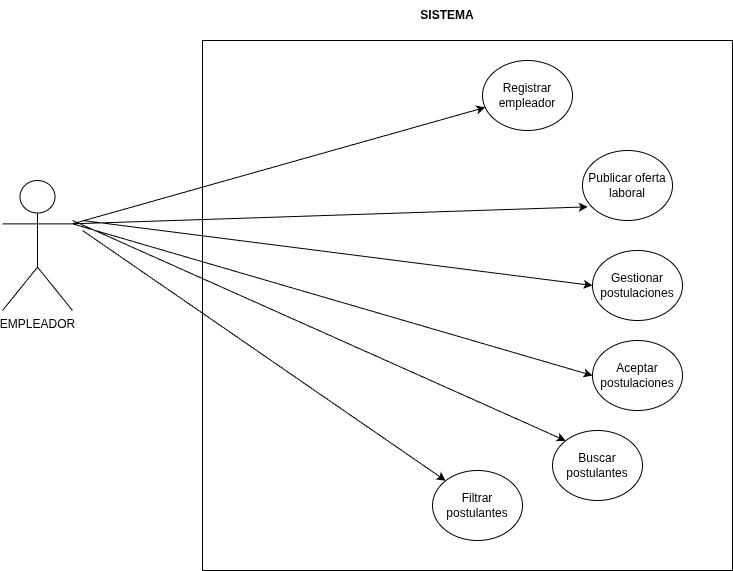
The draw.io diagram docs/diagramas_casos_de_uso/DCU-Empleador.png in Nicolas-Menin/LaburAR, before a commit. Source tidied: cells renumbered, new cells last; positions are measured from the earlier drawing's top-left corner, leaving out a move shared by most shapes.
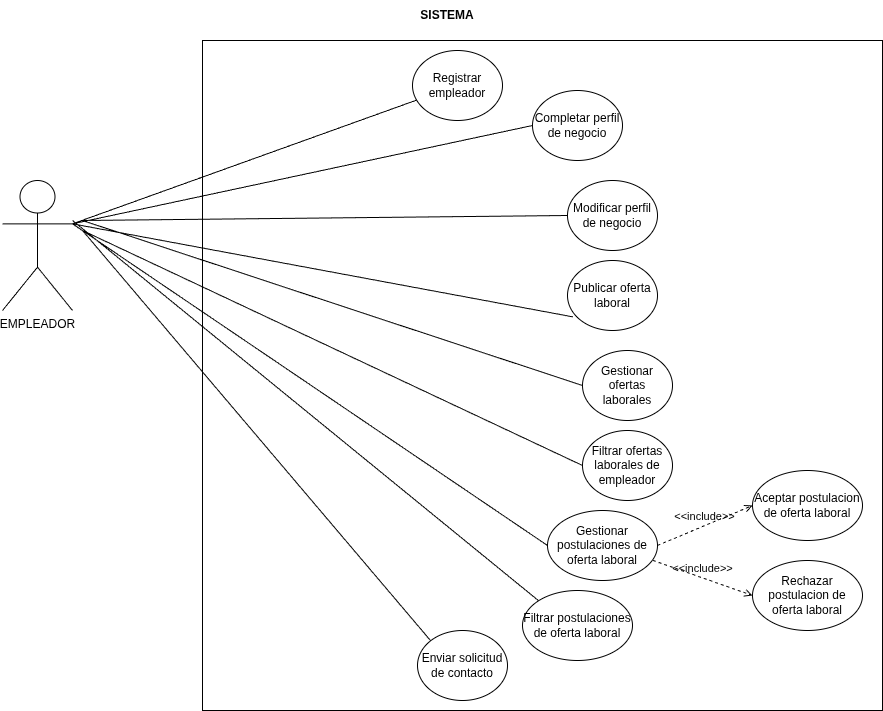
Above is the later version.

Diff of the diagram source:
```diff
@@ -6,52 +6,86 @@
       <mxGeometry y="180" width="70" height="130" as="geometry" />
     </mxCell>
     <mxCell id="3" style="whiteSpace=wrap;html=1;" parent="1" vertex="1">
-      <mxGeometry x="200" y="40" width="530" height="530" as="geometry" />
+      <mxGeometry x="200" y="40" width="680" height="670" as="geometry" />
     </mxCell>
     <mxCell id="4" value="&lt;b&gt;SISTEMA&lt;/b&gt;" style="text;html=1;whiteSpace=wrap;strokeColor=none;fillColor=none;align=center;verticalAlign=middle;rounded=0;" parent="1" vertex="1">
       <mxGeometry x="415" width="60" height="30" as="geometry" />
     </mxCell>
     <mxCell id="5" value="Registrar empleador" style="ellipse;whiteSpace=wrap;html=1;" parent="1" vertex="1">
-      <mxGeometry x="480" y="60" width="90" height="70" as="geometry" />
+      <mxGeometry x="410" y="50" width="90" height="70" as="geometry" />
     </mxCell>
     <mxCell id="6" value="Publicar oferta laboral" style="ellipse;whiteSpace=wrap;html=1;" parent="1" vertex="1">
-      <mxGeometry x="580" y="150" width="90" height="70" as="geometry" />
+      <mxGeometry x="565" y="260" width="90" height="70" as="geometry" />
     </mxCell>
-    <mxCell id="7" value="Gestionar postulaciones" style="ellipse;whiteSpace=wrap;html=1;" parent="1" vertex="1">
-      <mxGeometry x="590" y="250" width="90" height="70" as="geometry" />
+    <mxCell id="7" value="Gestionar ofertas laborales" style="ellipse;whiteSpace=wrap;html=1;" parent="1" vertex="1">
+      <mxGeometry x="580" y="350" width="90" height="70" as="geometry" />
     </mxCell>
-    <mxCell id="8" value="Aceptar postulaciones" style="ellipse;whiteSpace=wrap;html=1;" parent="1" vertex="1">
-      <mxGeometry x="590" y="340" width="90" height="70" as="geometry" />
+    <mxCell id="8" value="Gestionar postulaciones de oferta laboral" style="ellipse;whiteSpace=wrap;html=1;" parent="1" vertex="1">
+      <mxGeometry x="545" y="510" width="110" height="70" as="geometry" />
     </mxCell>
-    <mxCell id="9" value="Buscar postulantes" style="ellipse;whiteSpace=wrap;html=1;" parent="1" vertex="1">
-      <mxGeometry x="550" y="430" width="90" height="70" as="geometry" />
+    <mxCell id="9" value="Filtrar postulaciones de oferta laboral" style="ellipse;whiteSpace=wrap;html=1;" parent="1" vertex="1">
+      <mxGeometry x="520" y="590" width="110" height="70" as="geometry" />
     </mxCell>
-    <mxCell id="10" value="Filtrar postulantes" style="ellipse;whiteSpace=wrap;html=1;" parent="1" vertex="1">
-      <mxGeometry x="430" y="470" width="90" height="70" as="geometry" />
+    <mxCell id="10" value="Enviar solicitud de contacto" style="ellipse;whiteSpace=wrap;html=1;" parent="1" vertex="1">
+      <mxGeometry x="415" y="630" width="90" height="70" as="geometry" />
     </mxCell>
-    <mxCell id="11" style="endArrow=classic;html=1;rounded=0;exitX=1;exitY=0.3333333333333333;exitDx=0;exitDy=0;exitPerimeter=0;" parent="1" edge="1" source="2" target="5">
+    <mxCell id="11" style="endArrow=none;html=1;rounded=0;exitX=1;exitY=0.3333333333333333;exitDx=0;exitDy=0;exitPerimeter=0;endFill=0;" parent="1" edge="1" source="2" target="5">
       <mxGeometry relative="1" as="geometry" />
     </mxCell>
-    <mxCell id="12" style="endArrow=classic;html=1;rounded=0;entryX=0.059;entryY=0.805;entryDx=0;entryDy=0;entryPerimeter=0;exitX=1;exitY=0.3333333333333333;exitDx=0;exitDy=0;exitPerimeter=0;" parent="1" edge="1" source="2" target="6">
+    <mxCell id="12" style="endArrow=none;html=1;rounded=0;entryX=0.059;entryY=0.805;entryDx=0;entryDy=0;entryPerimeter=0;exitX=1;exitY=0.3333333333333333;exitDx=0;exitDy=0;exitPerimeter=0;endFill=0;" parent="1" edge="1" source="2" target="6">
       <mxGeometry relative="1" as="geometry" />
     </mxCell>
-    <mxCell id="13" style="endArrow=classic;html=1;rounded=0;entryX=0;entryY=0.5;entryDx=0;entryDy=0;" parent="1" edge="1" target="7">
+    <mxCell id="13" style="endArrow=none;html=1;rounded=0;entryX=0;entryY=0.5;entryDx=0;entryDy=0;endFill=0;" parent="1" edge="1" target="7">
       <mxGeometry relative="1" as="geometry">
         <mxPoint x="80" y="220" as="sourcePoint" />
       </mxGeometry>
     </mxCell>
-    <mxCell id="14" style="endArrow=classic;html=1;rounded=0;entryX=0;entryY=0.5;entryDx=0;entryDy=0;exitX=1;exitY=0.3333333333333333;exitDx=0;exitDy=0;exitPerimeter=0;" parent="1" edge="1" source="2" target="8">
+    <mxCell id="14" style="endArrow=none;html=1;rounded=0;entryX=0;entryY=0.5;entryDx=0;entryDy=0;exitX=1;exitY=0.3333333333333333;exitDx=0;exitDy=0;exitPerimeter=0;endFill=0;" parent="1" edge="1" source="2" target="8">
       <mxGeometry relative="1" as="geometry" />
     </mxCell>
-    <mxCell id="15" style="endArrow=classic;html=1;rounded=0;entryX=0;entryY=0;entryDx=0;entryDy=0;" parent="1" edge="1" target="9">
+    <mxCell id="15" style="endArrow=none;html=1;rounded=0;entryX=0;entryY=0;entryDx=0;entryDy=0;endFill=0;" parent="1" edge="1" target="9">
       <mxGeometry relative="1" as="geometry">
         <mxPoint x="70" y="220" as="sourcePoint" />
       </mxGeometry>
     </mxCell>
-    <mxCell id="16" style="endArrow=classic;html=1;rounded=0;entryX=0;entryY=0;entryDx=0;entryDy=0;" parent="1" edge="1" target="10">
+    <mxCell id="16" style="endArrow=none;html=1;rounded=0;entryX=0;entryY=0;entryDx=0;entryDy=0;endFill=0;" parent="1" edge="1" target="10">
       <mxGeometry relative="1" as="geometry">
         <mxPoint x="80" y="230" as="sourcePoint" />
       </mxGeometry>
     </mxCell>
+    <mxCell id="17" value="Completar perfil de negocio" style="ellipse;whiteSpace=wrap;html=1;" parent="1" vertex="1">
+      <mxGeometry x="530" y="90" width="90" height="70" as="geometry" />
+    </mxCell>
+    <mxCell id="18" value="Modificar perfil de negocio" style="ellipse;whiteSpace=wrap;html=1;" parent="1" vertex="1">
+      <mxGeometry x="565" y="180" width="90" height="70" as="geometry" />
+    </mxCell>
+    <mxCell id="19" style="endArrow=none;html=1;rounded=0;entryX=0;entryY=0.5;entryDx=0;entryDy=0;exitX=1;exitY=0.3333333333333333;exitDx=0;exitDy=0;exitPerimeter=0;endFill=0;" parent="1" edge="1" source="2" target="17">
+      <mxGeometry relative="1" as="geometry" />
+    </mxCell>
+    <mxCell id="20" style="endArrow=none;html=1;rounded=0;entryX=0;entryY=0.5;entryDx=0;entryDy=0;endFill=0;" parent="1" edge="1" target="18">
+      <mxGeometry relative="1" as="geometry">
+        <mxPoint x="80" y="220" as="sourcePoint" />
+      </mxGeometry>
+    </mxCell>
+    <mxCell id="21" value="Filtrar ofertas laborales de empleador" style="ellipse;whiteSpace=wrap;html=1;" parent="1" vertex="1">
+      <mxGeometry x="580" y="430" width="90" height="70" as="geometry" />
+    </mxCell>
+    <mxCell id="22" style="endArrow=none;html=1;rounded=0;entryX=0;entryY=0.5;entryDx=0;entryDy=0;endFill=0;" parent="1" edge="1" target="21">
+      <mxGeometry relative="1" as="geometry">
+        <mxPoint x="80" y="230" as="sourcePoint" />
+      </mxGeometry>
+    </mxCell>
+    <mxCell id="23" value="&amp;lt;&amp;lt;include&amp;gt;&amp;gt;" style="html=1;verticalAlign=bottom;labelBackgroundColor=none;endArrow=open;endFill=0;dashed=1;rounded=0;exitX=1;exitY=0.5;exitDx=0;exitDy=0;entryX=0;entryY=0.5;entryDx=0;entryDy=0;" parent="1" edge="1" source="8" target="24">
+      <mxGeometry relative="1" as="geometry" />
+    </mxCell>
+    <mxCell id="24" value="Aceptar postulacion de oferta laboral" style="ellipse;whiteSpace=wrap;html=1;" parent="1" vertex="1">
+      <mxGeometry x="750" y="470" width="110" height="70" as="geometry" />
+    </mxCell>
+    <mxCell id="25" value="Rechazar postulacion de oferta laboral" style="ellipse;whiteSpace=wrap;html=1;" parent="1" vertex="1">
+      <mxGeometry x="750" y="560" width="110" height="70" as="geometry" />
+    </mxCell>
+    <mxCell id="26" value="&amp;lt;&amp;lt;include&amp;gt;&amp;gt;" style="html=1;verticalAlign=bottom;labelBackgroundColor=none;endArrow=open;endFill=0;dashed=1;rounded=0;exitX=0.958;exitY=0.713;exitDx=0;exitDy=0;exitPerimeter=0;entryX=0;entryY=0.5;entryDx=0;entryDy=0;" parent="1" edge="1" source="8" target="25">
+      <mxGeometry relative="1" as="geometry" />
+    </mxCell>
   </root>
 </mxGraphModel>
```
